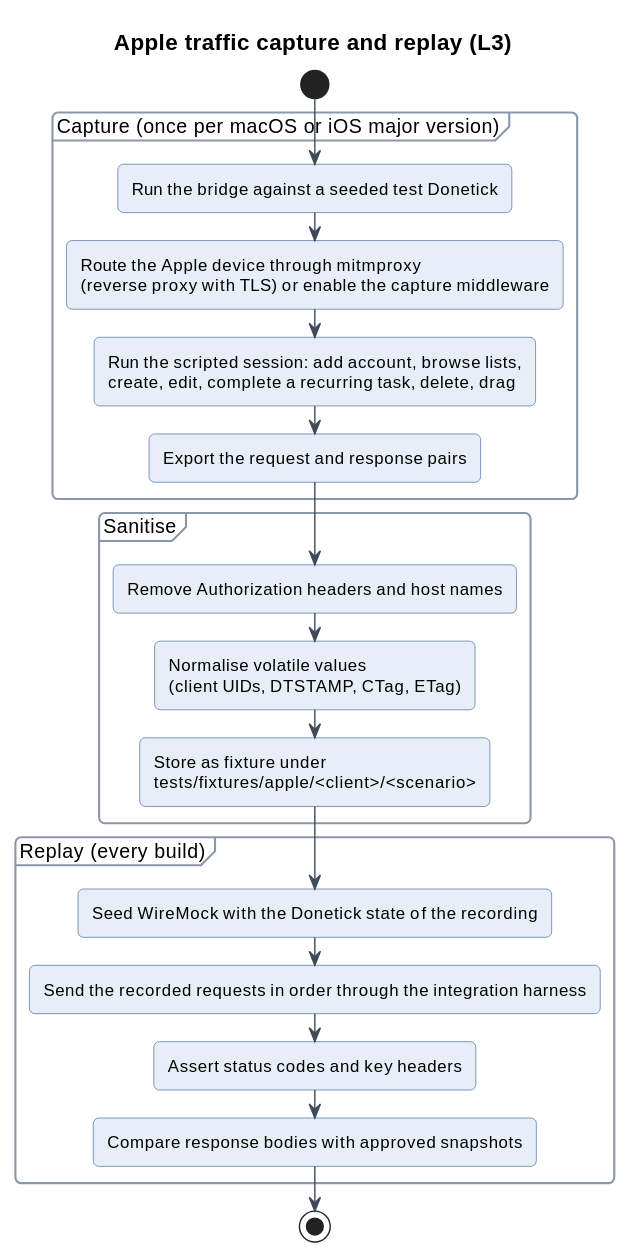
PauwConsultancy/DonetickCalDAVBridge keeps this PlantUML diagram as docs/diagrams/svg/test-apple-replay.svg. Above is the earlier version.
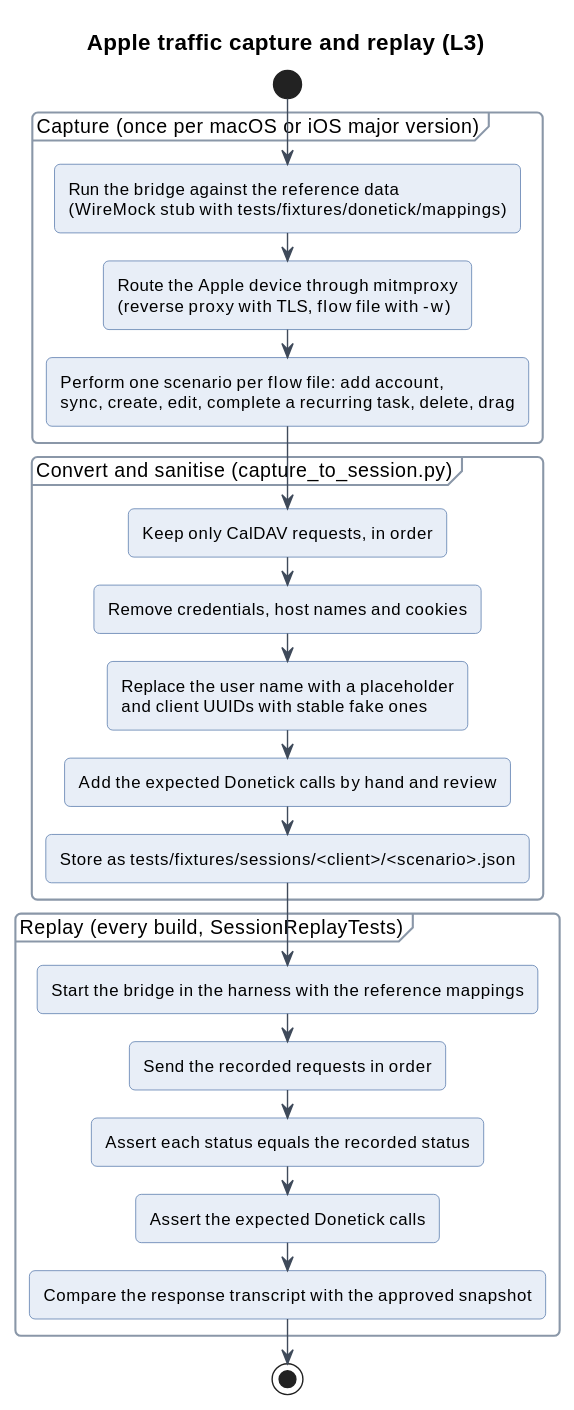
The same diagram one commit later.

Change to the diagram source:
```diff
@@ -6,27 +6,29 @@
 start
 
 partition "Capture (once per macOS or iOS major version)" {
-  :Run the bridge against a seeded test Donetick;
+  :Run the bridge against the reference data
+  (WireMock stub with tests/fixtures/donetick/mappings);
   :Route the Apple device through mitmproxy
-  (reverse proxy with TLS) or enable the capture middleware;
-  :Run the scripted session: add account, browse lists,
-  create, edit, complete a recurring task, delete, drag;
-  :Export the request and response pairs;
+  (reverse proxy with TLS, flow file with -w);
+  :Perform one scenario per flow file: add account,
+  sync, create, edit, complete a recurring task, delete, drag;
 }
 
-partition "Sanitise" {
-  :Remove Authorization headers and host names;
-  :Normalise volatile values
-  (client UIDs, DTSTAMP, CTag, ETag);
-  :Store as fixture under
-  tests/fixtures/apple/<client>/<scenario>;
+partition "Convert and sanitise (capture_to_session.py)" {
+  :Keep only CalDAV requests, in order;
+  :Remove credentials, host names and cookies;
+  :Replace the user name with a placeholder
+  and client UUIDs with stable fake ones;
+  :Add the expected Donetick calls by hand and review;
+  :Store as tests/fixtures/sessions/<client>/<scenario>.json;
 }
 
-partition "Replay (every build)" {
-  :Seed WireMock with the Donetick state of the recording;
-  :Send the recorded requests in order through the integration harness;
-  :Assert status codes and key headers;
-  :Compare response bodies with approved snapshots;
+partition "Replay (every build, SessionReplayTests)" {
+  :Start the bridge in the harness with the reference mappings;
+  :Send the recorded requests in order;
+  :Assert each status equals the recorded status;
+  :Assert the expected Donetick calls;
+  :Compare the response transcript with the approved snapshot;
 }
 
 stop
```
